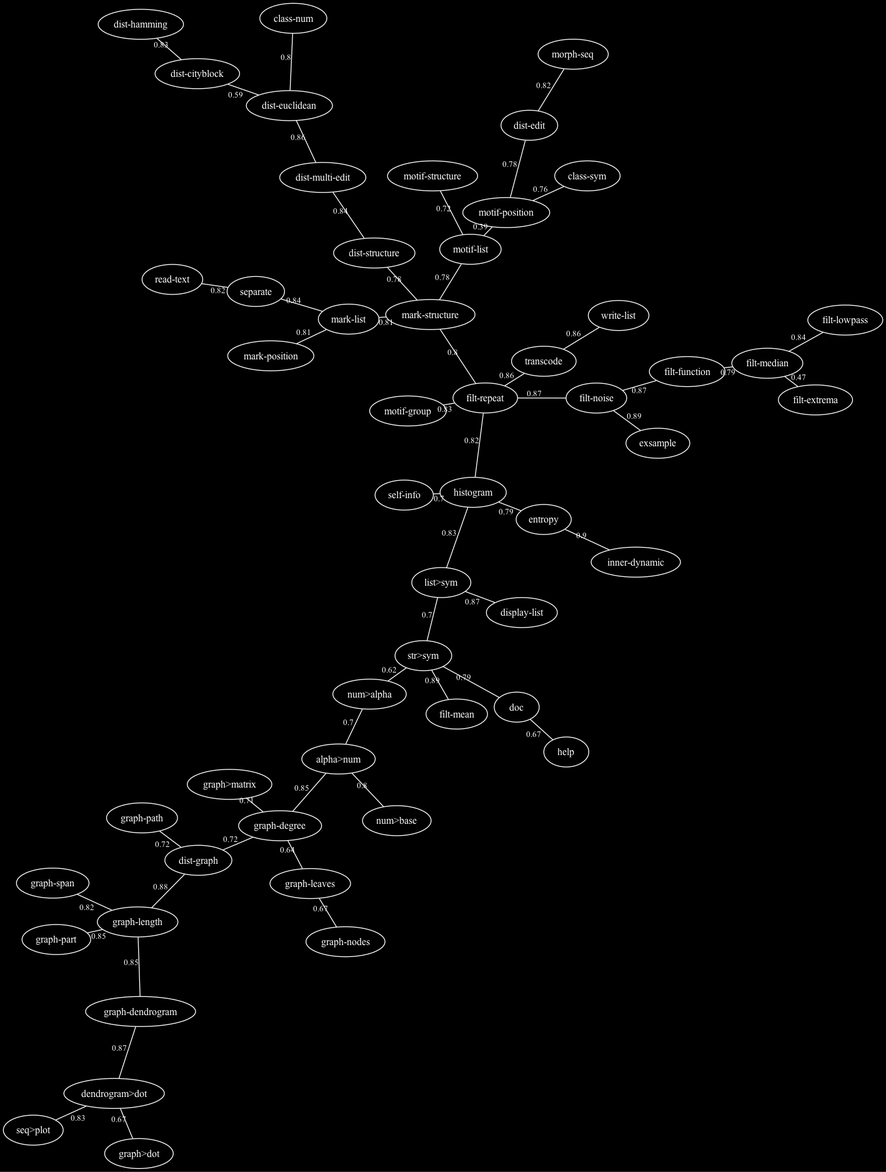
The Graphviz diagram doc/pictures/refrains-docstrings.png in FredVoisin/refrains, before a commit. Its source is kept beside it as doc/pictures/refrains-docstrings.dot.
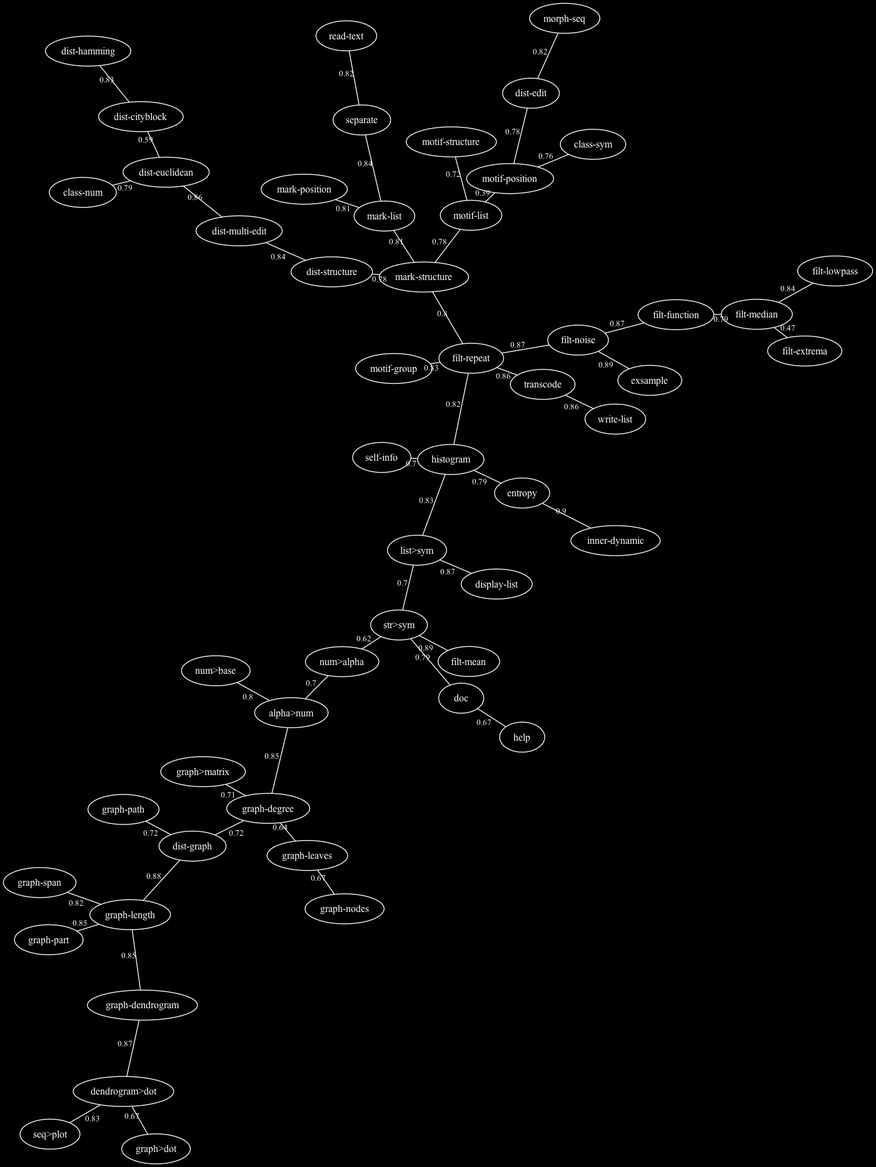
After the change.

Commit message:
class-num: dynamic clouds (nuées dynamiques) for both modes

What changed in the source:
```diff
@@ -1,5 +1,5 @@
 graph "refrains-docstrings" {
-/* generated with refrains:graph>dot, 25 Oct 2026 15:57:05 */
+/* generated with refrains:graph>dot, 25 Oct 2026 15:57:19 */
  graph [overlap="false", sep="+4"];
  graph [bgcolor=black];
  node [shape="ellipse", font=Helvetica, fontsize=12, color=white, fontcolor=white];
@@ -23,11 +23,11 @@
  "dist-edit" -- "motif-position" [w=1, len=0.780000, label="0.78"];
  "dist-structure" -- "mark-structure" [w=1, len=0.780000, label="0.78"];
  "mark-structure" -- "motif-list" [w=1, len=0.780000, label="0.78"];
+ "class-num" -- "dist-euclidean" [w=1, len=0.790000, label="0.79"];
  "doc" -- "str>sym" [w=1, len=0.790000, label="0.79"];
  "entropy" -- "histogram" [w=1, len=0.790000, label="0.79"];
  "filt-function" -- "filt-median" [w=1, len=0.790000, label="0.79"];
  "alpha>num" -- "num>base" [w=1, len=0.800000, label="0.8"];
- "class-num" -- "dist-euclidean" [w=1, len=0.800000, label="0.8"];
  "filt-repeat" -- "mark-structure" [w=1, len=0.800000, label="0.8"];
  "mark-list" -- "mark-position" [w=1, len=0.810000, label="0.81"];
  "mark-list" -- "mark-structure" [w=1, len=0.810000, label="0.81"];
```
